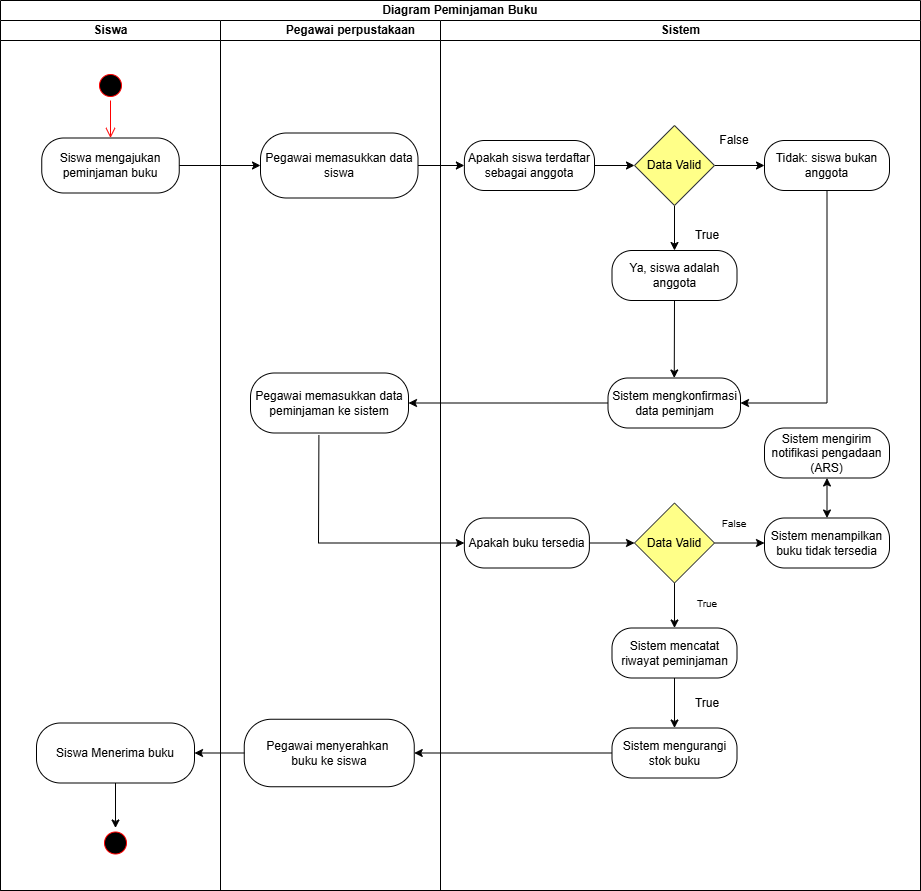
Earlier version of the draw.io export Gambar diagram/Use case-Activity Peminjaman Buku.drawio.png (DikiDrim/FileSkripsi). Source tidied: cells renumbered, new cells last; positions are measured from the earlier drawing's top-left corner, leaving out a move shared by most shapes.
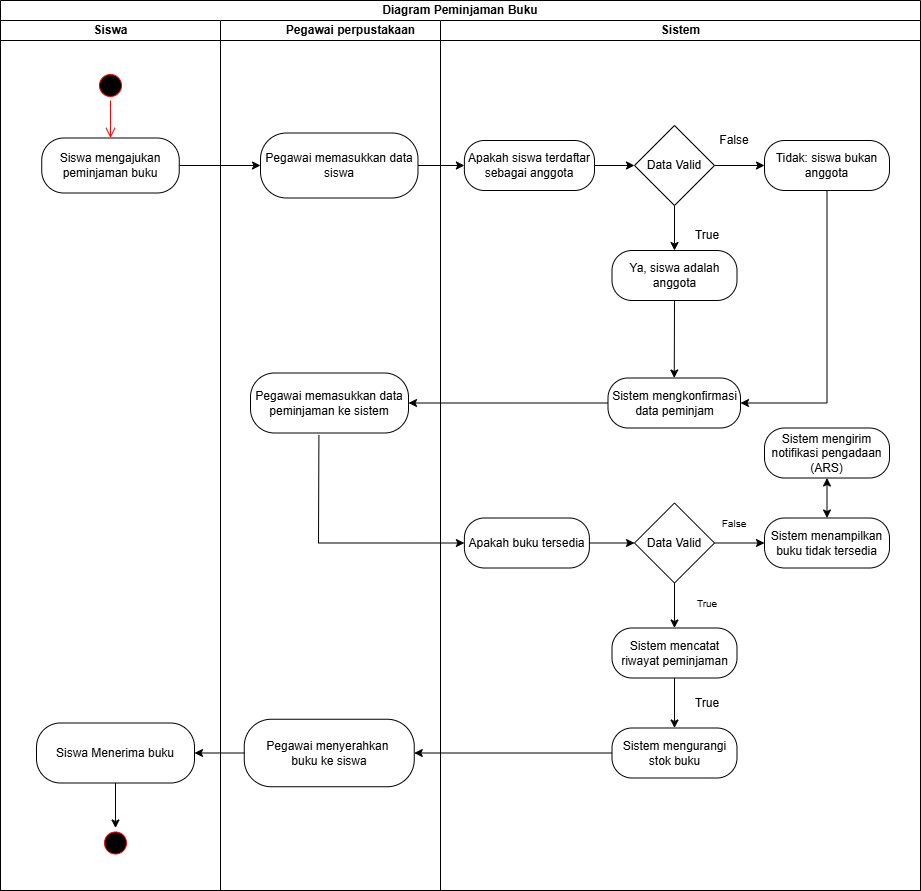
After the commit.

The edit, as a diff of the source:
```diff
@@ -81,7 +81,7 @@
     <mxCell id="26" value="Apakah siswa terdaftar sebagai anggota" style="rounded=1;whiteSpace=wrap;html=1;arcSize=40;" parent="13" vertex="1">
       <mxGeometry x="23.9" y="120" width="130.1" height="50" as="geometry" />
     </mxCell>
-    <mxCell id="27" value="Data Valid" style="rhombus;whiteSpace=wrap;html=1;fillColor=#ffff88;strokeColor=#36393d;" parent="13" vertex="1">
+    <mxCell id="27" value="Data Valid" style="rhombus;whiteSpace=wrap;html=1;" parent="13" vertex="1">
       <mxGeometry x="194" y="105" width="80" height="80" as="geometry" />
     </mxCell>
     <mxCell id="28" value="&lt;font&gt;False&lt;/font&gt;" style="text;html=1;whiteSpace=wrap;strokeColor=none;fillColor=none;align=center;verticalAlign=middle;rounded=0;" parent="13" vertex="1">
@@ -102,7 +102,7 @@
     <mxCell id="33" value="Apakah buku tersedia" style="rounded=1;whiteSpace=wrap;html=1;arcSize=40;" parent="13" vertex="1">
       <mxGeometry x="23.9" y="497.5" width="125" height="50" as="geometry" />
     </mxCell>
-    <mxCell id="34" value="Data Valid" style="rhombus;whiteSpace=wrap;html=1;fillColor=#ffff88;strokeColor=#36393d;" parent="13" vertex="1">
+    <mxCell id="34" value="Data Valid" style="rhombus;whiteSpace=wrap;html=1;" parent="13" vertex="1">
       <mxGeometry x="194" y="482.5" width="80" height="80" as="geometry" />
     </mxCell>
     <mxCell id="35" value="&lt;font style=&quot;font-size: 10px;&quot;&gt;False&lt;/font&gt;" style="text;html=1;whiteSpace=wrap;strokeColor=none;fillColor=none;align=center;verticalAlign=middle;rounded=0;" parent="13" vertex="1">
```
